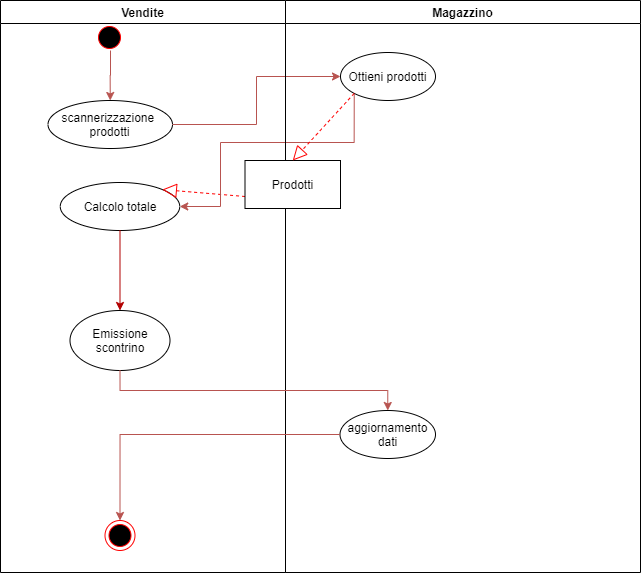
Above: documentazioneRAD/ActivityDiagram/nuovi/NC09-Activity diagram proposed- Cassa.png in Ciro-Fusco/NewDM (draw.io), before the change. Source tidied: cells renumbered, new cells last; positions are measured from the earlier drawing's top-left corner, leaving out a move shared by most shapes.
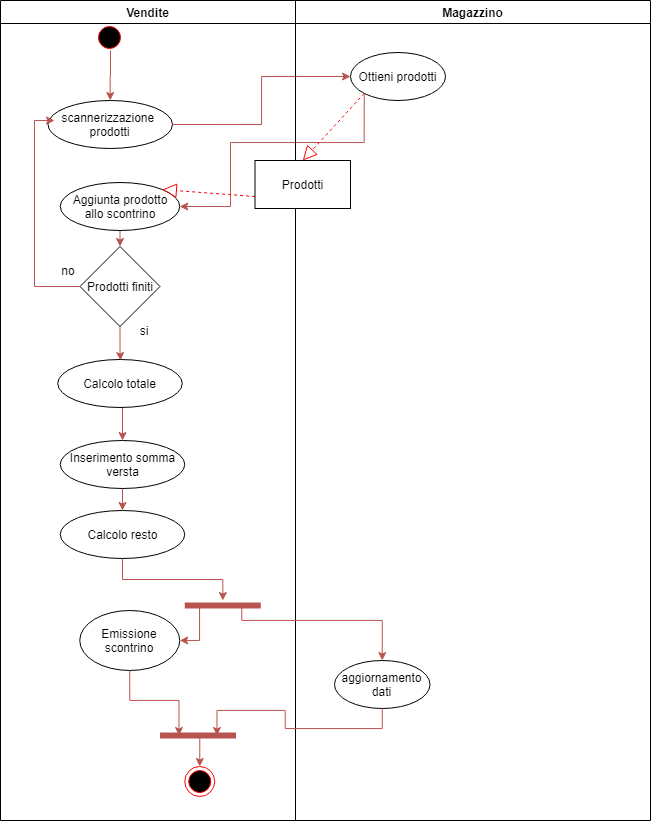
Above is the later version.

Commit message:
Modifiche activity diagram

Diff of the diagram source:
```diff
@@ -3,16 +3,19 @@
     <mxCell id="0" />
     <mxCell id="1" parent="0" />
     <mxCell id="2" value="Vendite" style="swimlane;whiteSpace=wrap;" parent="1" vertex="1">
-      <mxGeometry width="285" height="572" as="geometry" />
+      <mxGeometry x="-10" width="295" height="820" as="geometry" />
     </mxCell>
     <mxCell id="3" value="scannerizzazione&amp;nbsp;&lt;br style=&quot;padding: 0px ; margin: 0px&quot;&gt;prodotti" style="ellipse;whiteSpace=wrap;html=1;" parent="2" vertex="1">
       <mxGeometry x="47.5" y="100" width="124.5" height="48" as="geometry" />
     </mxCell>
+    <mxCell id="20" style="edgeStyle=orthogonalEdgeStyle;rounded=0;jettySize=auto;html=1;exitX=0.5;exitY=1;exitDx=0;exitDy=0;entryX=0.5;entryY=0;entryDx=0;entryDy=0;fillColor=#f8cecc;strokeColor=#b85450;" parent="2" edge="1" source="4" target="21">
+      <mxGeometry relative="1" as="geometry" />
+    </mxCell>
-    <mxCell id="4" value="Calcolo totale" style="ellipse;whiteSpace=wrap;html=1;" parent="2" vertex="1">
+    <mxCell id="4" value="Aggiunta prodotto&lt;br&gt;allo scontrino" style="ellipse;whiteSpace=wrap;html=1;" parent="2" vertex="1">
       <mxGeometry x="59.8" y="182" width="119.5" height="48" as="geometry" />
     </mxCell>
     <mxCell id="5" value="Emissione scontrino" style="ellipse;whiteSpace=wrap;html=1;" parent="2" vertex="1">
-      <mxGeometry x="69.5" y="310" width="100" height="60" as="geometry" />
+      <mxGeometry x="79.2" y="610" width="100" height="60" as="geometry" />
     </mxCell>
     <mxCell id="6" style="ellipse;shape=startState;fillColor=#000000;strokeColor=#ff0000;" parent="2" vertex="1">
       <mxGeometry x="94" y="22" width="30" height="30" as="geometry" />
@@ -23,11 +26,55 @@
       </mxGeometry>
     </mxCell>
     <mxCell id="8" style="ellipse;shape=endState;fillColor=#000000;strokeColor=#ff0000;" parent="2" vertex="1">
-      <mxGeometry x="104.5" y="520" width="30" height="30" as="geometry" />
+      <mxGeometry x="184.2" y="766" width="30" height="30" as="geometry" />
     </mxCell>
-    <mxCell id="9" style="edgeStyle=orthogonalEdgeStyle;rounded=0;jettySize=auto;html=1;exitX=0.5;exitY=1;exitDx=0;exitDy=0;fillColor=#e51400;strokeColor=#B20000;" parent="2" edge="1" source="4" target="5">
-      <mxGeometry relative="1" as="geometry" />
-    </mxCell>
+    <mxCell id="21" value="Prodotti finiti" style="rhombus;whiteSpace=wrap;html=1;" parent="2" vertex="1">
+      <mxGeometry x="79.5" y="246" width="80" height="80" as="geometry" />
+    </mxCell>
+    <mxCell id="22" value="si" style="text;html=1;strokeColor=none;fillColor=none;align=center;verticalAlign=middle;whiteSpace=wrap;rounded=0;" parent="2" vertex="1">
+      <mxGeometry x="124" y="320" width="40" height="20" as="geometry" />
+    </mxCell>
+    <mxCell id="23" value="no" style="text;html=1;strokeColor=none;fillColor=none;align=center;verticalAlign=middle;whiteSpace=wrap;rounded=0;" parent="2" vertex="1">
+      <mxGeometry x="47.5" y="260" width="40" height="20" as="geometry" />
+    </mxCell>
+    <mxCell id="24" style="edgeStyle=orthogonalEdgeStyle;rounded=0;jettySize=auto;html=1;exitX=0.5;exitY=1;exitDx=0;exitDy=0;entryX=0.5;entryY=0;entryDx=0;entryDy=0;fillColor=#f8cecc;strokeColor=#b85450;" parent="2" edge="1" source="25" target="27">
+      <mxGeometry relative="1" as="geometry" />
+    </mxCell>
+    <mxCell id="25" value="Calcolo totale" style="ellipse;whiteSpace=wrap;html=1;" parent="2" vertex="1">
+      <mxGeometry x="57.2" y="359" width="124.5" height="48" as="geometry" />
+    </mxCell>
+    <mxCell id="26" style="edgeStyle=orthogonalEdgeStyle;rounded=0;jettySize=auto;html=1;exitX=0.5;exitY=1;exitDx=0;exitDy=0;entryX=0.5;entryY=0;entryDx=0;entryDy=0;fillColor=#f8cecc;strokeColor=#b85450;" parent="2" edge="1" source="27" target="29">
+      <mxGeometry relative="1" as="geometry" />
+    </mxCell>
+    <mxCell id="27" value="Inserimento somma versta" style="ellipse;whiteSpace=wrap;html=1;" parent="2" vertex="1">
+      <mxGeometry x="59.8" y="440" width="124.5" height="48" as="geometry" />
+    </mxCell>
+    <mxCell id="28" style="edgeStyle=orthogonalEdgeStyle;rounded=0;jettySize=auto;html=1;exitX=0.5;exitY=1;exitDx=0;exitDy=0;fillColor=#f8cecc;strokeColor=#b85450;" parent="2" edge="1" source="29" target="31">
+      <mxGeometry relative="1" as="geometry" />
+    </mxCell>
+    <mxCell id="29" value="Calcolo resto" style="ellipse;whiteSpace=wrap;html=1;" parent="2" vertex="1">
+      <mxGeometry x="59.8" y="510" width="124.5" height="48" as="geometry" />
+    </mxCell>
+    <mxCell id="30" style="edgeStyle=orthogonalEdgeStyle;rounded=0;jettySize=auto;html=1;exitX=0.25;exitY=0.5;exitDx=0;exitDy=0;exitPerimeter=0;entryX=1;entryY=0.5;entryDx=0;entryDy=0;fillColor=#f8cecc;strokeColor=#b85450;" parent="2" edge="1" source="31" target="5">
+      <mxGeometry relative="1" as="geometry">
+        <Array as="points">
+          <mxPoint x="199" y="605" />
+          <mxPoint x="199" y="640" />
+        </Array>
+      </mxGeometry>
+    </mxCell>
+    <mxCell id="31" style="shape=line;html=1;strokeWidth=6;strokeColor=#b85450;fillColor=#f8cecc;" parent="2" vertex="1">
+      <mxGeometry x="184.2" y="600" width="76" height="10" as="geometry" />
+    </mxCell>
+    <mxCell id="17" style="edgeStyle=orthogonalEdgeStyle;rounded=0;jettySize=auto;html=1;exitX=0.5;exitY=1;exitDx=0;exitDy=0;entryX=0.25;entryY=0.5;entryDx=0;entryDy=0;fillColor=#f8cecc;strokeColor=#b85450;entryPerimeter=0;" parent="2" edge="1" source="5" target="33">
+      <mxGeometry relative="1" as="geometry" />
+    </mxCell>
+    <mxCell id="32" style="edgeStyle=orthogonalEdgeStyle;rounded=0;jettySize=auto;html=1;exitX=0.25;exitY=0.5;exitDx=0;exitDy=0;exitPerimeter=0;entryX=0.5;entryY=0;entryDx=0;entryDy=0;fillColor=#f8cecc;strokeColor=#b85450;" parent="2" edge="1" source="33" target="8">
+      <mxGeometry relative="1" as="geometry" />
+    </mxCell>
+    <mxCell id="33" style="shape=line;html=1;strokeWidth=6;strokeColor=#b85450;fillColor=#f8cecc;" parent="2" vertex="1">
+      <mxGeometry x="159.5" y="730" width="76" height="10" as="geometry" />
+    </mxCell>
     <mxCell id="10" style="endArrow=block;dashed=1;endFill=0;endSize=12;html=1;strokeColor=#FF0000;exitX=0;exitY=0.75;exitDx=0;exitDy=0;entryX=1;entryY=0;entryDx=0;entryDy=0;" parent="1" edge="1" source="18" target="4">
       <mxGeometry relative="1" as="geometry" />
     </mxCell>
@@ -44,25 +91,48 @@
       </mxGeometry>
     </mxCell>
     <mxCell id="13" value="Magazzino" style="swimlane;whiteSpace=wrap;" parent="1" vertex="1">
-      <mxGeometry x="285" width="355" height="572" as="geometry" />
+      <mxGeometry x="285" width="355" height="820" as="geometry" />
     </mxCell>
     <mxCell id="14" value="aggiornamento&lt;br&gt;dati" style="ellipse;whiteSpace=wrap;html=1;" parent="13" vertex="1">
-      <mxGeometry x="54.5" y="410" width="95.5" height="48" as="geometry" />
+      <mxGeometry x="39" y="660" width="95.5" height="48" as="geometry" />
     </mxCell>
     <mxCell id="15" value="Ottieni prodotti&lt;br&gt;" style="ellipse;whiteSpace=wrap;html=1;" parent="13" vertex="1">
       <mxGeometry x="55" y="52" width="95" height="48" as="geometry" />
     </mxCell>
-    <mxCell id="16" style="edgeStyle=orthogonalEdgeStyle;rounded=0;jettySize=auto;html=1;exitX=0.5;exitY=1;exitDx=0;exitDy=0;entryX=0.5;entryY=0;entryDx=0;entryDy=0;fillColor=#f8cecc;strokeColor=#b85450;" parent="1" edge="1" source="5" target="14">
-      <mxGeometry relative="1" as="geometry" />
-    </mxCell>
-    <mxCell id="17" style="edgeStyle=orthogonalEdgeStyle;rounded=0;jettySize=auto;html=1;exitX=0;exitY=0.5;exitDx=0;exitDy=0;entryX=0.5;entryY=0;entryDx=0;entryDy=0;fillColor=#f8cecc;strokeColor=#b85450;" parent="1" edge="1" source="14" target="8">
-      <mxGeometry relative="1" as="geometry" />
-    </mxCell>
     <mxCell id="18" value="Prodotti" style="rounded=0;whiteSpace=wrap;html=1;" parent="1" vertex="1">
       <mxGeometry x="244.5" y="160" width="95.5" height="48" as="geometry" />
     </mxCell>
     <mxCell id="19" style="endArrow=block;dashed=1;endFill=0;endSize=12;html=1;strokeColor=#FF0000;exitX=0;exitY=1;exitDx=0;exitDy=0;entryX=0.5;entryY=0;entryDx=0;entryDy=0;" parent="1" edge="1" source="15" target="18">
       <mxGeometry relative="1" as="geometry" />
     </mxCell>
+    <mxCell id="34" style="edgeStyle=orthogonalEdgeStyle;rounded=0;jettySize=auto;html=1;exitX=0;exitY=0.5;exitDx=0;exitDy=0;fillColor=#f8cecc;strokeColor=#b85450;" parent="1" edge="1" source="21">
+      <mxGeometry relative="1" as="geometry">
+        <mxPoint x="44" y="120" as="targetPoint" />
+        <Array as="points">
+          <mxPoint x="24" y="286" />
+          <mxPoint x="24" y="120" />
+        </Array>
+      </mxGeometry>
+    </mxCell>
+    <mxCell id="35" style="edgeStyle=orthogonalEdgeStyle;rounded=0;jettySize=auto;html=1;exitX=0.5;exitY=1;exitDx=0;exitDy=0;fillColor=#f8cecc;strokeColor=#b85450;" parent="1" edge="1" source="21">
+      <mxGeometry relative="1" as="geometry">
+        <mxPoint x="110" y="360" as="targetPoint" />
+        <Array as="points">
+          <mxPoint x="110" y="350" />
+          <mxPoint x="110" y="350" />
+        </Array>
+      </mxGeometry>
+    </mxCell>
+    <mxCell id="36" style="edgeStyle=orthogonalEdgeStyle;rounded=0;jettySize=auto;html=1;exitX=0.75;exitY=0.5;exitDx=0;exitDy=0;exitPerimeter=0;entryX=0.5;entryY=0;entryDx=0;entryDy=0;fillColor=#f8cecc;strokeColor=#b85450;" parent="1" edge="1" source="31" target="14">
+      <mxGeometry relative="1" as="geometry">
+        <Array as="points">
+          <mxPoint x="231" y="620" />
+          <mxPoint x="372" y="620" />
+        </Array>
+      </mxGeometry>
+    </mxCell>
+    <mxCell id="37" style="edgeStyle=orthogonalEdgeStyle;rounded=0;jettySize=auto;html=1;exitX=0.5;exitY=1;exitDx=0;exitDy=0;entryX=0.75;entryY=0.5;entryDx=0;entryDy=0;entryPerimeter=0;fillColor=#f8cecc;strokeColor=#b85450;" parent="1" edge="1" source="14" target="33">
+      <mxGeometry relative="1" as="geometry" />
+    </mxCell>
   </root>
 </mxGraphModel>
```
